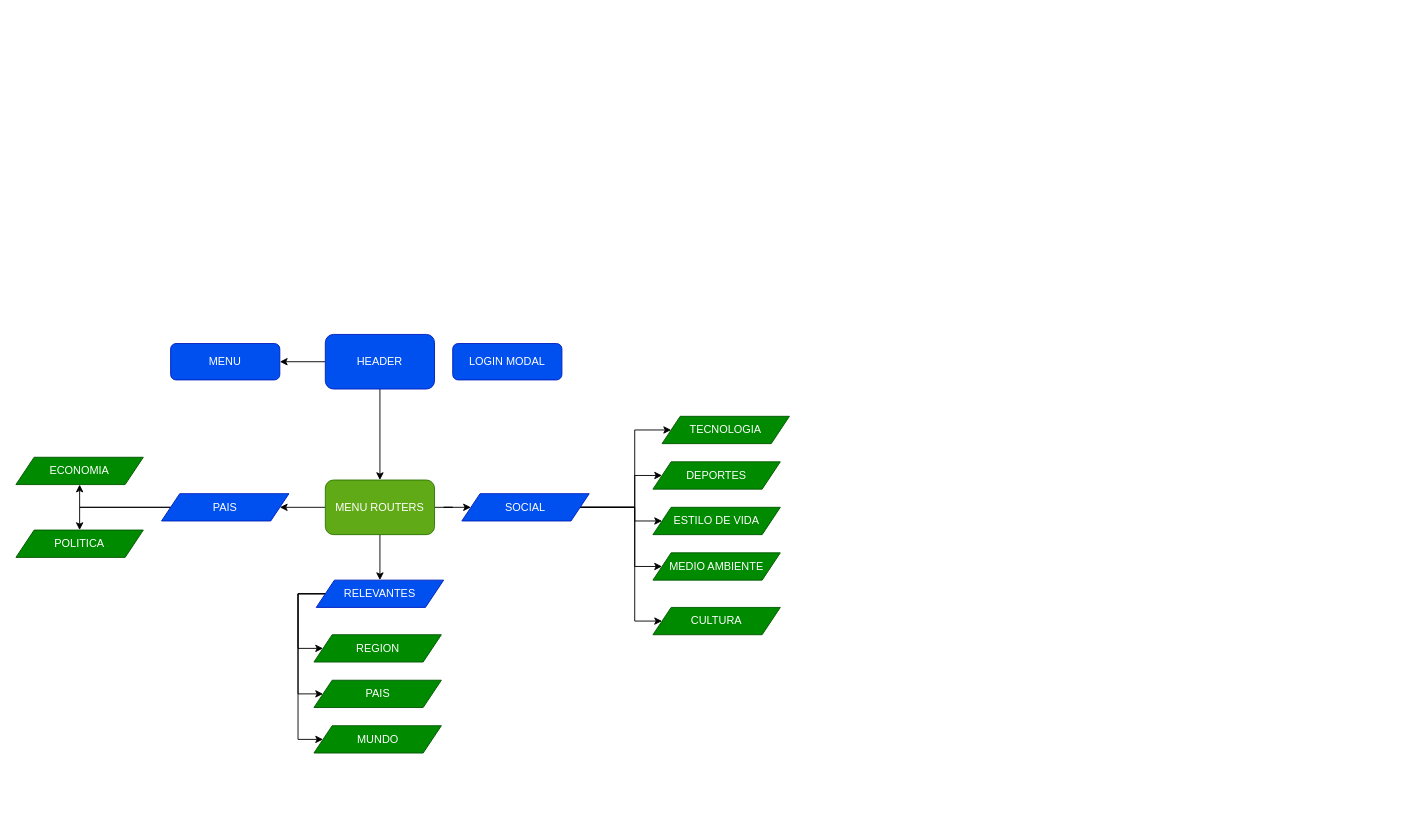
isaidj/caldasBaranoa keeps this draw.io diagram as client/src/Mapa web.drawio. Above is the earlier version. Source tidied: cells renumbered, new cells numbered last; positions are measured from the earlier drawing's top-left corner, leaving out a move shared by most shapes. Both pictures are drawn from the tidied source at 91%, with x=0, y=0 at pixel (15, 334).
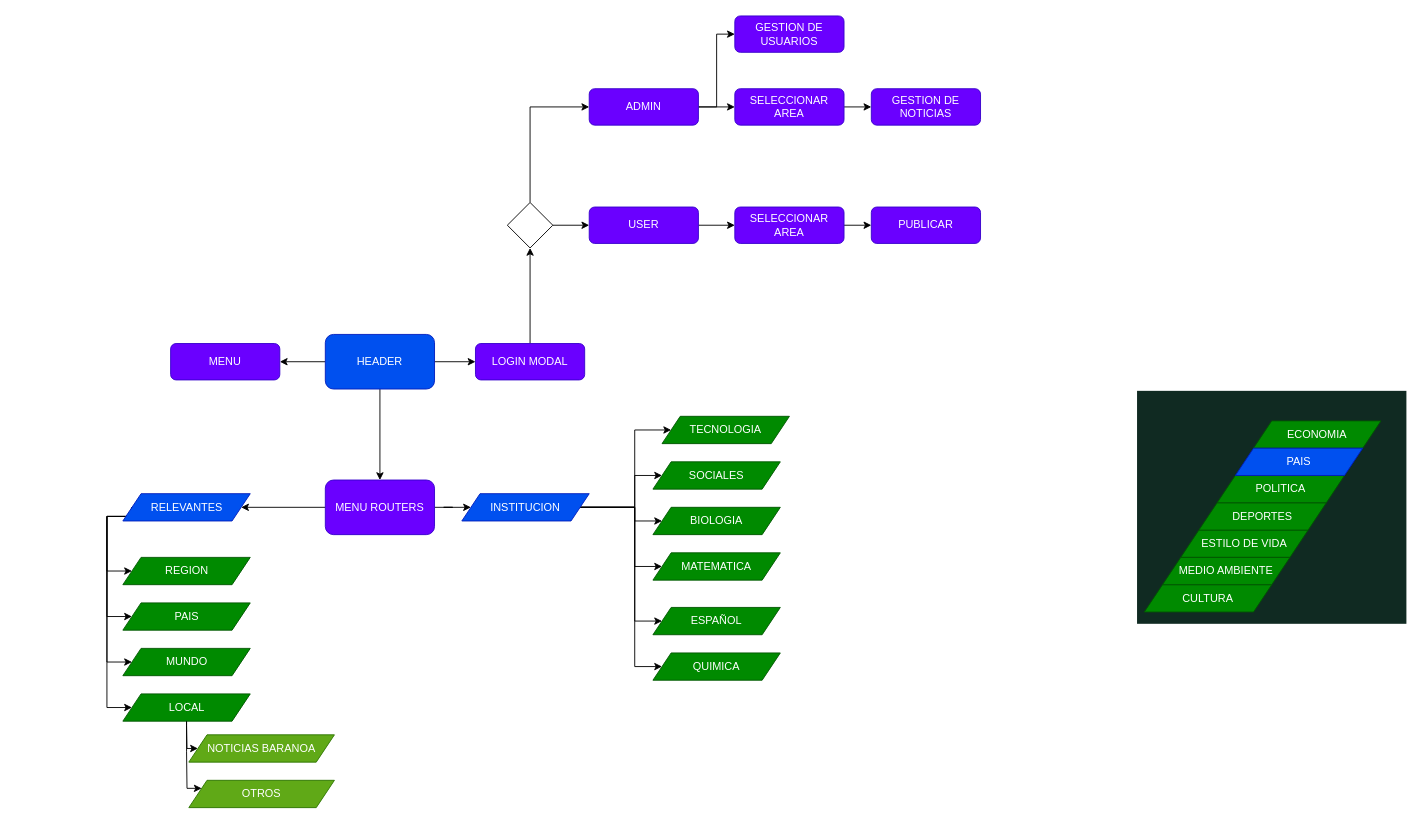
Above is the later version.

Commit message (it also covers changes not shown here):
Config menu and web map

Unchanged cells that the change refers to:
```xml
<mxCell id="8" value="HEADER" style="rounded=1;whiteSpace=wrap;html=1;fillColor=#0050ef;strokeColor=#001DBC;fontColor=#ffffff;" parent="1" vertex="1">
  <mxGeometry x="340" width="120" height="60" as="geometry" />
</mxCell>
```

Change to the diagram source:
```diff
@@
+    <mxCell id="34" style="rounded=0;whiteSpace=wrap;html=1;strokeWidth=4;fillColor=#102A22;strokeColor=#FFFFFF;" parent="1" vertex="1">
+      <mxGeometry x="1230" y="60" width="300" height="260" as="geometry" />
+    </mxCell>
@@
-    <mxCell id="3" style="edgeStyle=orthogonalEdgeStyle;rounded=0;jettySize=auto;html=1;exitX=0;exitY=0.5;exitDx=0;exitDy=0;entryX=1;entryY=0.5;entryDx=0;entryDy=0;" parent="1" edge="1" source="5" target="23">
+    <mxCell id="3" style="edgeStyle=orthogonalEdgeStyle;rounded=0;jettySize=auto;html=1;exitX=0;exitY=0.5;exitDx=0;exitDy=0;entryX=1;entryY=0.5;entryDx=0;entryDy=0;" parent="1" edge="1" source="5" target="27">
       <mxGeometry relative="1" as="geometry" />
     </mxCell>
-    <mxCell id="4" style="edgeStyle=orthogonalEdgeStyle;rounded=0;jettySize=auto;html=1;exitX=0.5;exitY=1;exitDx=0;exitDy=0;entryX=0.5;entryY=0;entryDx=0;entryDy=0;" parent="1" edge="1" source="5" target="27">
-      <mxGeometry relative="1" as="geometry" />
-    </mxCell>
-    <mxCell id="5" value="MENU ROUTERS" style="rounded=1;whiteSpace=wrap;html=1;fillColor=#60a917;strokeColor=#2D7600;fontColor=#ffffff;" parent="1" vertex="1">
+    <mxCell id="5" value="MENU ROUTERS" style="rounded=1;whiteSpace=wrap;html=1;fillColor=#6a00ff;strokeColor=#3700CC;fontColor=#ffffff;" parent="1" vertex="1">
       <mxGeometry x="340" y="160" width="120" height="60" as="geometry" />
     </mxCell>
@@
+    <mxCell id="35" style="edgeStyle=orthogonalEdgeStyle;rounded=0;jettySize=auto;html=1;exitX=1;exitY=0.5;exitDx=0;exitDy=0;" parent="1" edge="1" source="8" target="9">
+      <mxGeometry relative="1" as="geometry" />
+    </mxCell>
@@
+    <mxCell id="36" style="edgeStyle=orthogonalEdgeStyle;rounded=0;jettySize=auto;html=1;exitX=0.5;exitY=0;exitDx=0;exitDy=0;entryX=0.5;entryY=1;entryDx=0;entryDy=0;" parent="1" edge="1" source="9" target="54">
+      <mxGeometry relative="1" as="geometry" />
+    </mxCell>
-    <mxCell id="9" value="LOGIN MODAL" style="rounded=1;whiteSpace=wrap;html=1;fillColor=#0050ef;strokeColor=#001DBC;fontColor=#ffffff;" parent="1" vertex="1">
-      <mxGeometry x="480" y="10" width="120" height="40" as="geometry" />
+    <mxCell id="9" value="LOGIN MODAL" style="rounded=1;whiteSpace=wrap;html=1;fillColor=#6a00ff;strokeColor=#3700CC;fontColor=#ffffff;" parent="1" vertex="1">
+      <mxGeometry x="505" y="10" width="120" height="40" as="geometry" />
     </mxCell>
-    <mxCell id="10" value="MENU" style="rounded=1;whiteSpace=wrap;html=1;fillColor=#0050ef;strokeColor=#001DBC;fontColor=#ffffff;" parent="1" vertex="1">
+    <mxCell id="10" value="MENU" style="rounded=1;whiteSpace=wrap;html=1;fillColor=#6a00ff;strokeColor=#3700CC;fontColor=#ffffff;" parent="1" vertex="1">
       <mxGeometry x="170" y="10" width="120" height="40" as="geometry" />
     </mxCell>
@@
     <mxCell id="12" value="REGION" style="shape=parallelogram;perimeter=parallelogramPerimeter;whiteSpace=wrap;html=1;fixedSize=1;fillColor=#008a00;strokeColor=#005700;fontColor=#ffffff;" parent="1" vertex="1">
-      <mxGeometry x="327.5" y="330" width="140" height="30" as="geometry" />
+      <mxGeometry x="117.5" y="245" width="140" height="30" as="geometry" />
     </mxCell>
-    <mxCell id="13" value="ESTILO DE VIDA" style="shape=parallelogram;perimeter=parallelogramPerimeter;whiteSpace=wrap;html=1;fixedSize=1;fillColor=#008a00;strokeColor=#005700;fontColor=#ffffff;" parent="1" vertex="1">
+    <mxCell id="13" value="BIOLOGIA" style="shape=parallelogram;perimeter=parallelogramPerimeter;whiteSpace=wrap;html=1;fixedSize=1;fillColor=#008a00;strokeColor=#005700;fontColor=#ffffff;" parent="1" vertex="1">
       <mxGeometry x="700" y="190" width="140" height="30" as="geometry" />
     </mxCell>
     <mxCell id="14" value="PAIS" style="shape=parallelogram;perimeter=parallelogramPerimeter;whiteSpace=wrap;html=1;fixedSize=1;fillColor=#008a00;strokeColor=#005700;fontColor=#ffffff;" parent="1" vertex="1">
-      <mxGeometry x="327.5" y="380" width="140" height="30" as="geometry" />
+      <mxGeometry x="117.5" y="295" width="140" height="30" as="geometry" />
     </mxCell>
     <mxCell id="15" value="MUNDO" style="shape=parallelogram;perimeter=parallelogramPerimeter;whiteSpace=wrap;html=1;fixedSize=1;fillColor=#008a00;strokeColor=#005700;fontColor=#ffffff;" parent="1" vertex="1">
-      <mxGeometry x="327.5" y="430" width="140" height="30" as="geometry" />
+      <mxGeometry x="117.5" y="345" width="140" height="30" as="geometry" />
     </mxCell>
-    <mxCell id="16" value="DEPORTES" style="shape=parallelogram;perimeter=parallelogramPerimeter;whiteSpace=wrap;html=1;fixedSize=1;fillColor=#008a00;strokeColor=#005700;fontColor=#ffffff;" parent="1" vertex="1">
+    <mxCell id="16" value="SOCIALES" style="shape=parallelogram;perimeter=parallelogramPerimeter;whiteSpace=wrap;html=1;fixedSize=1;fillColor=#008a00;strokeColor=#005700;fontColor=#ffffff;" parent="1" vertex="1">
       <mxGeometry x="700" y="140" width="140" height="30" as="geometry" />
     </mxCell>
-    <mxCell id="17" value="POLITICA" style="shape=parallelogram;perimeter=parallelogramPerimeter;whiteSpace=wrap;html=1;fixedSize=1;fillColor=#008a00;strokeColor=#005700;fontColor=#ffffff;" parent="1" vertex="1">
-      <mxGeometry y="215" width="140" height="30" as="geometry" />
-    </mxCell>
-    <mxCell id="18" value="CULTURA" style="shape=parallelogram;perimeter=parallelogramPerimeter;whiteSpace=wrap;html=1;fixedSize=1;fillColor=#008a00;strokeColor=#005700;fontColor=#ffffff;" parent="1" vertex="1">
+    <mxCell id="18" value="ESPAÑOL" style="shape=parallelogram;perimeter=parallelogramPerimeter;whiteSpace=wrap;html=1;fixedSize=1;fillColor=#008a00;strokeColor=#005700;fontColor=#ffffff;" parent="1" vertex="1">
       <mxGeometry x="700" y="300" width="140" height="30" as="geometry" />
     </mxCell>
-    <mxCell id="19" value="ECONOMIA" style="shape=parallelogram;perimeter=parallelogramPerimeter;whiteSpace=wrap;html=1;fixedSize=1;fillColor=#008a00;strokeColor=#005700;fontColor=#ffffff;" parent="1" vertex="1">
-      <mxGeometry y="135" width="140" height="30" as="geometry" />
-    </mxCell>
-    <mxCell id="20" value="MEDIO AMBIENTE" style="shape=parallelogram;perimeter=parallelogramPerimeter;whiteSpace=wrap;html=1;fixedSize=1;fillColor=#008a00;strokeColor=#005700;fontColor=#ffffff;" parent="1" vertex="1">
+    <mxCell id="20" value="MATEMATICA" style="shape=parallelogram;perimeter=parallelogramPerimeter;whiteSpace=wrap;html=1;fixedSize=1;fillColor=#008a00;strokeColor=#005700;fontColor=#ffffff;" parent="1" vertex="1">
       <mxGeometry x="700" y="240" width="140" height="30" as="geometry" />
     </mxCell>
-    <mxCell id="21" style="edgeStyle=orthogonalEdgeStyle;rounded=0;jettySize=auto;html=1;exitX=0;exitY=0.5;exitDx=0;exitDy=0;" parent="1" edge="1" source="23" target="19">
-      <mxGeometry relative="1" as="geometry" />
-    </mxCell>
-    <mxCell id="22" style="edgeStyle=orthogonalEdgeStyle;rounded=0;jettySize=auto;html=1;exitX=0;exitY=0.5;exitDx=0;exitDy=0;entryX=0.5;entryY=0;entryDx=0;entryDy=0;" parent="1" edge="1" source="23" target="17">
-      <mxGeometry relative="1" as="geometry" />
-    </mxCell>
-    <mxCell id="23" value="PAIS" style="shape=parallelogram;perimeter=parallelogramPerimeter;whiteSpace=wrap;html=1;fixedSize=1;fillColor=#0050ef;strokeColor=#001DBC;fontColor=#ffffff;" parent="1" vertex="1">
-      <mxGeometry x="160" y="175" width="140" height="30" as="geometry" />
-    </mxCell>
     <mxCell id="24" style="edgeStyle=orthogonalEdgeStyle;rounded=0;jettySize=auto;html=1;exitX=0;exitY=0.5;exitDx=0;exitDy=0;entryX=0;entryY=0.5;entryDx=0;entryDy=0;" parent="1" edge="1" source="27" target="15">
       <mxGeometry relative="1" as="geometry">
         <Array as="points">
-          <mxPoint x="310" y="285" />
-          <mxPoint x="310" y="445" />
+          <mxPoint x="100" y="200" />
+          <mxPoint x="100" y="360" />
         </Array>
       </mxGeometry>
     </mxCell>
     <mxCell id="25" style="edgeStyle=orthogonalEdgeStyle;rounded=0;jettySize=auto;html=1;exitX=0;exitY=0.5;exitDx=0;exitDy=0;entryX=0;entryY=0.5;entryDx=0;entryDy=0;" parent="1" edge="1" source="27" target="12">
       <mxGeometry relative="1" as="geometry">
         <Array as="points">
-          <mxPoint x="310" y="285" />
-          <mxPoint x="310" y="345" />
+          <mxPoint x="100" y="200" />
+          <mxPoint x="100" y="260" />
         </Array>
       </mxGeometry>
     </mxCell>
     <mxCell id="26" style="edgeStyle=orthogonalEdgeStyle;rounded=0;jettySize=auto;html=1;exitX=0;exitY=0.5;exitDx=0;exitDy=0;entryX=0;entryY=0.5;entryDx=0;entryDy=0;" parent="1" edge="1" source="27" target="14">
       <mxGeometry relative="1" as="geometry">
         <Array as="points">
-          <mxPoint x="310" y="285" />
-          <mxPoint x="310" y="395" />
+          <mxPoint x="100" y="200" />
+          <mxPoint x="100" y="310" />
         </Array>
       </mxGeometry>
     </mxCell>
+    <mxCell id="37" style="edgeStyle=orthogonalEdgeStyle;rounded=0;jettySize=auto;html=1;exitX=0;exitY=0.5;exitDx=0;exitDy=0;entryX=0;entryY=0.5;entryDx=0;entryDy=0;" parent="1" edge="1" source="27" target="44">
+      <mxGeometry relative="1" as="geometry">
+        <Array as="points">
+          <mxPoint x="100" y="200" />
+          <mxPoint x="100" y="410" />
+        </Array>
+      </mxGeometry>
+    </mxCell>
     <mxCell id="27" value="RELEVANTES" style="shape=parallelogram;perimeter=parallelogramPerimeter;whiteSpace=wrap;html=1;fixedSize=1;fillColor=#0050ef;strokeColor=#001DBC;fontColor=#ffffff;" parent="1" vertex="1">
-      <mxGeometry x="330" y="270" width="140" height="30" as="geometry" />
+      <mxGeometry x="117.5" y="175" width="140" height="30" as="geometry" />
     </mxCell>
@@
+    <mxCell id="38" style="edgeStyle=orthogonalEdgeStyle;rounded=0;jettySize=auto;html=1;exitX=1;exitY=0.5;exitDx=0;exitDy=0;entryX=0;entryY=0.5;entryDx=0;entryDy=0;" parent="1" edge="1" source="33" target="47">
+      <mxGeometry relative="1" as="geometry">
+        <Array as="points">
+          <mxPoint x="680" y="190" />
+          <mxPoint x="680" y="365" />
+        </Array>
+      </mxGeometry>
+    </mxCell>
-    <mxCell id="33" value="SOCIAL" style="shape=parallelogram;perimeter=parallelogramPerimeter;whiteSpace=wrap;html=1;fixedSize=1;fillColor=#0050ef;strokeColor=#001DBC;fontColor=#ffffff;" parent="1" vertex="1">
+    <mxCell id="33" value="INSTITUCION" style="shape=parallelogram;perimeter=parallelogramPerimeter;whiteSpace=wrap;html=1;fixedSize=1;fillColor=#0050ef;strokeColor=#001DBC;fontColor=#ffffff;" parent="1" vertex="1">
       <mxGeometry x="490" y="175" width="140" height="30" as="geometry" />
     </mxCell>
+    <mxCell id="39" value="ESTILO DE VIDA" style="shape=parallelogram;perimeter=parallelogramPerimeter;whiteSpace=wrap;html=1;fixedSize=1;fillColor=#008a00;strokeColor=#005700;fontColor=#ffffff;" parent="1" vertex="1">
+      <mxGeometry x="1280" y="215" width="140" height="30" as="geometry" />
+    </mxCell>
+    <mxCell id="40" value="DEPORTES" style="shape=parallelogram;perimeter=parallelogramPerimeter;whiteSpace=wrap;html=1;fixedSize=1;fillColor=#008a00;strokeColor=#005700;fontColor=#ffffff;" parent="1" vertex="1">
+      <mxGeometry x="1300" y="185" width="140" height="30" as="geometry" />
+    </mxCell>
+    <mxCell id="41" value="CULTURA" style="shape=parallelogram;perimeter=parallelogramPerimeter;whiteSpace=wrap;html=1;fixedSize=1;fillColor=#008a00;strokeColor=#005700;fontColor=#ffffff;" parent="1" vertex="1">
+      <mxGeometry x="1240" y="275" width="140" height="30" as="geometry" />
+    </mxCell>
+    <mxCell id="42" value="MEDIO AMBIENTE" style="shape=parallelogram;perimeter=parallelogramPerimeter;whiteSpace=wrap;html=1;fixedSize=1;fillColor=#008a00;strokeColor=#005700;fontColor=#ffffff;" parent="1" vertex="1">
+      <mxGeometry x="1260" y="245" width="140" height="30" as="geometry" />
+    </mxCell>
+    <mxCell id="43" style="edgeStyle=orthogonalEdgeStyle;rounded=0;jettySize=auto;html=1;exitX=0.5;exitY=1;exitDx=0;exitDy=0;entryX=0;entryY=0.5;entryDx=0;entryDy=0;" parent="1" edge="1" source="44" target="45">
+      <mxGeometry relative="1" as="geometry">
+        <Array as="points">
+          <mxPoint x="188" y="430" />
+          <mxPoint x="188" y="430" />
+          <mxPoint x="188" y="455" />
+        </Array>
+      </mxGeometry>
+    </mxCell>
+    <mxCell id="44" value="LOCAL" style="shape=parallelogram;perimeter=parallelogramPerimeter;whiteSpace=wrap;html=1;fixedSize=1;fillColor=#008a00;strokeColor=#005700;fontColor=#ffffff;" parent="1" vertex="1">
+      <mxGeometry x="117.5" y="395" width="140" height="30" as="geometry" />
+    </mxCell>
+    <mxCell id="45" value="NOTICIAS BARANOA" style="shape=parallelogram;perimeter=parallelogramPerimeter;whiteSpace=wrap;html=1;fixedSize=1;fillColor=#60a917;strokeColor=#2D7600;fontColor=#ffffff;" parent="1" vertex="1">
+      <mxGeometry x="190" y="440" width="160" height="30" as="geometry" />
+    </mxCell>
+    <mxCell id="46" value="OTROS" style="shape=parallelogram;perimeter=parallelogramPerimeter;whiteSpace=wrap;html=1;fixedSize=1;fillColor=#60a917;strokeColor=#2D7600;fontColor=#ffffff;" parent="1" vertex="1">
+      <mxGeometry x="190" y="490" width="160" height="30" as="geometry" />
+    </mxCell>
+    <mxCell id="47" value="QUIMICA" style="shape=parallelogram;perimeter=parallelogramPerimeter;whiteSpace=wrap;html=1;fixedSize=1;fillColor=#008a00;strokeColor=#005700;fontColor=#ffffff;" parent="1" vertex="1">
+      <mxGeometry x="700" y="350" width="140" height="30" as="geometry" />
+    </mxCell>
+    <mxCell id="17" value="POLITICA" style="shape=parallelogram;perimeter=parallelogramPerimeter;whiteSpace=wrap;html=1;fixedSize=1;fillColor=#008a00;strokeColor=#005700;fontColor=#ffffff;" parent="1" vertex="1">
+      <mxGeometry x="1320" y="155" width="140" height="30" as="geometry" />
+    </mxCell>
+    <mxCell id="19" value="ECONOMIA" style="shape=parallelogram;perimeter=parallelogramPerimeter;whiteSpace=wrap;html=1;fixedSize=1;fillColor=#008a00;strokeColor=#005700;fontColor=#ffffff;" parent="1" vertex="1">
+      <mxGeometry x="1360" y="95" width="140" height="30" as="geometry" />
+    </mxCell>
+    <mxCell id="23" value="PAIS" style="shape=parallelogram;perimeter=parallelogramPerimeter;whiteSpace=wrap;html=1;fixedSize=1;fillColor=#0050ef;strokeColor=#001DBC;fontColor=#ffffff;" parent="1" vertex="1">
+      <mxGeometry x="1340" y="125" width="140" height="30" as="geometry" />
+    </mxCell>
+    <mxCell id="48" style="edgeStyle=orthogonalEdgeStyle;rounded=0;jettySize=auto;html=1;exitX=0.5;exitY=1;exitDx=0;exitDy=0;entryX=0;entryY=0.25;entryDx=0;entryDy=0;" parent="1" edge="1" source="44" target="46">
+      <mxGeometry relative="1" as="geometry">
+        <Array as="points">
+          <mxPoint x="188" y="458" />
+          <mxPoint x="188" y="458" />
+          <mxPoint x="188" y="499" />
+        </Array>
+      </mxGeometry>
+    </mxCell>
+    <mxCell id="49" style="edgeStyle=orthogonalEdgeStyle;rounded=0;jettySize=auto;html=1;exitX=1;exitY=0.5;exitDx=0;exitDy=0;entryX=0;entryY=0.5;entryDx=0;entryDy=0;" parent="1" edge="1" source="51" target="60">
+      <mxGeometry relative="1" as="geometry" />
+    </mxCell>
+    <mxCell id="50" style="edgeStyle=orthogonalEdgeStyle;rounded=0;jettySize=auto;html=1;exitX=1;exitY=0.5;exitDx=0;exitDy=0;entryX=0;entryY=0.5;entryDx=0;entryDy=0;" parent="1" edge="1" source="51" target="62">
+      <mxGeometry relative="1" as="geometry" />
+    </mxCell>
+    <mxCell id="51" value="ADMIN" style="rounded=1;whiteSpace=wrap;html=1;fillColor=#6a00ff;strokeColor=#3700CC;fontColor=#ffffff;" parent="1" vertex="1">
+      <mxGeometry x="630" y="-270" width="120" height="40" as="geometry" />
+    </mxCell>
+    <mxCell id="52" style="edgeStyle=orthogonalEdgeStyle;rounded=0;jettySize=auto;html=1;exitX=1;exitY=0.5;exitDx=0;exitDy=0;entryX=0;entryY=0.5;entryDx=0;entryDy=0;" parent="1" edge="1" source="54" target="56">
+      <mxGeometry relative="1" as="geometry" />
+    </mxCell>
+    <mxCell id="53" style="edgeStyle=orthogonalEdgeStyle;rounded=0;jettySize=auto;html=1;exitX=0.5;exitY=0;exitDx=0;exitDy=0;entryX=0;entryY=0.5;entryDx=0;entryDy=0;" parent="1" edge="1" source="54" target="51">
+      <mxGeometry relative="1" as="geometry" />
+    </mxCell>
+    <mxCell id="54" style="rhombus;whiteSpace=wrap;html=1;" parent="1" vertex="1">
+      <mxGeometry x="540" y="-145" width="50" height="50" as="geometry" />
+    </mxCell>
+    <mxCell id="55" style="edgeStyle=orthogonalEdgeStyle;rounded=0;jettySize=auto;html=1;exitX=1;exitY=0.5;exitDx=0;exitDy=0;" parent="1" edge="1" source="56" target="58">
+      <mxGeometry relative="1" as="geometry" />
+    </mxCell>
+    <mxCell id="56" value="USER" style="rounded=1;whiteSpace=wrap;html=1;fillColor=#6a00ff;strokeColor=#3700CC;fontColor=#ffffff;" parent="1" vertex="1">
+      <mxGeometry x="630" y="-140" width="120" height="40" as="geometry" />
+    </mxCell>
+    <mxCell id="57" style="edgeStyle=orthogonalEdgeStyle;rounded=0;jettySize=auto;html=1;exitX=1;exitY=0.5;exitDx=0;exitDy=0;entryX=0;entryY=0.5;entryDx=0;entryDy=0;" parent="1" edge="1" source="58" target="59">
+      <mxGeometry relative="1" as="geometry" />
+    </mxCell>
+    <mxCell id="58" value="SELECCIONAR AREA" style="rounded=1;whiteSpace=wrap;html=1;fillColor=#6a00ff;strokeColor=#3700CC;fontColor=#ffffff;" parent="1" vertex="1">
+      <mxGeometry x="790" y="-140" width="120" height="40" as="geometry" />
+    </mxCell>
+    <mxCell id="59" value="PUBLICAR" style="rounded=1;whiteSpace=wrap;html=1;fillColor=#6a00ff;strokeColor=#3700CC;fontColor=#ffffff;" parent="1" vertex="1">
+      <mxGeometry x="940" y="-140" width="120" height="40" as="geometry" />
+    </mxCell>
+    <mxCell id="60" value="GESTION DE USUARIOS" style="rounded=1;whiteSpace=wrap;html=1;fillColor=#6a00ff;strokeColor=#3700CC;fontColor=#ffffff;" parent="1" vertex="1">
+      <mxGeometry x="790" y="-350" width="120" height="40" as="geometry" />
+    </mxCell>
+    <mxCell id="61" style="edgeStyle=orthogonalEdgeStyle;rounded=0;jettySize=auto;html=1;exitX=1;exitY=0.5;exitDx=0;exitDy=0;entryX=0;entryY=0.5;entryDx=0;entryDy=0;" parent="1" edge="1" source="62" target="63">
+      <mxGeometry relative="1" as="geometry" />
+    </mxCell>
+    <mxCell id="62" value="SELECCIONAR AREA" style="rounded=1;whiteSpace=wrap;html=1;fillColor=#6a00ff;strokeColor=#3700CC;fontColor=#ffffff;" parent="1" vertex="1">
+      <mxGeometry x="790" y="-270" width="120" height="40" as="geometry" />
+    </mxCell>
+    <mxCell id="63" value="GESTION DE NOTICIAS" style="rounded=1;whiteSpace=wrap;html=1;fillColor=#6a00ff;strokeColor=#3700CC;fontColor=#ffffff;" parent="1" vertex="1">
+      <mxGeometry x="940" y="-270" width="120" height="40" as="geometry" />
+    </mxCell>
```
